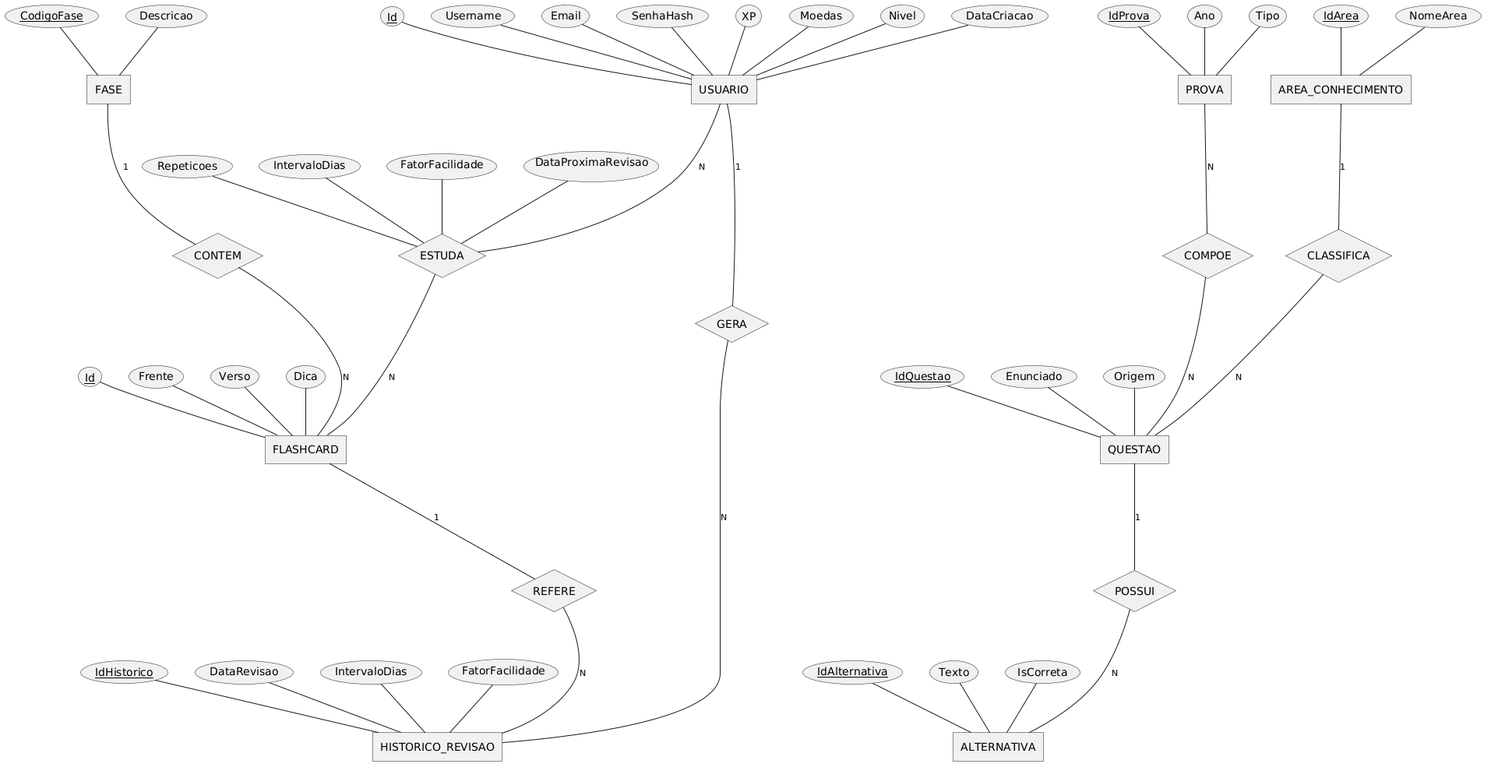
MayconDIS/PIM_IV keeps this PlantUML diagram as modelagem-uml/04_Banco_de_Dados/MER Nex_TI.png. Above is the earlier version. Its diagram source:
```plantuml
@startchen MER Nex_TI

entity USUARIO {
  Id <<key>>
  Username
  Email
  SenhaHash
  XP
  Moedas
  Nivel
  DataCriacao
}

entity FASE {
  CodigoFase <<key>>
  Descricao
}

entity FLASHCARD {
  Id <<key>>
  Frente
  Verso
  Dica
}

entity HISTORICO_REVISAO {
  IdHistorico <<key>>
  DataRevisao
  IntervaloDias
  FatorFacilidade
}

entity AREA_CONHECIMENTO {
  IdArea <<key>>
  NomeArea
}

entity QUESTAO {
  IdQuestao <<key>>
  Enunciado
  Origem
}

entity ALTERNATIVA {
  IdAlternativa <<key>>
  Texto
  IsCorreta
}

entity PROVA {
  IdProva <<key>>
  Ano
  Tipo
}

relationship CONTEM {
}
relationship ESTUDA {
  Repeticoes
  IntervaloDias
  FatorFacilidade
  DataProximaRevisao
}
relationship GERA {
}
relationship REFERE {
}
relationship CLASSIFICA {
}
relationship POSSUI {
}
relationship COMPOE {
}

FASE -1- CONTEM
CONTEM -N- FLASHCARD

USUARIO -N- ESTUDA
ESTUDA -N- FLASHCARD

USUARIO -1- GERA
GERA -N- HISTORICO_REVISAO
FLASHCARD -1- REFERE
REFERE -N- HISTORICO_REVISAO

AREA_CONHECIMENTO -1- CLASSIFICA
CLASSIFICA -N- QUESTAO

QUESTAO -1- POSSUI
POSSUI -N- ALTERNATIVA

PROVA -N- COMPOE
COMPOE -N- QUESTAO
@endchen
```
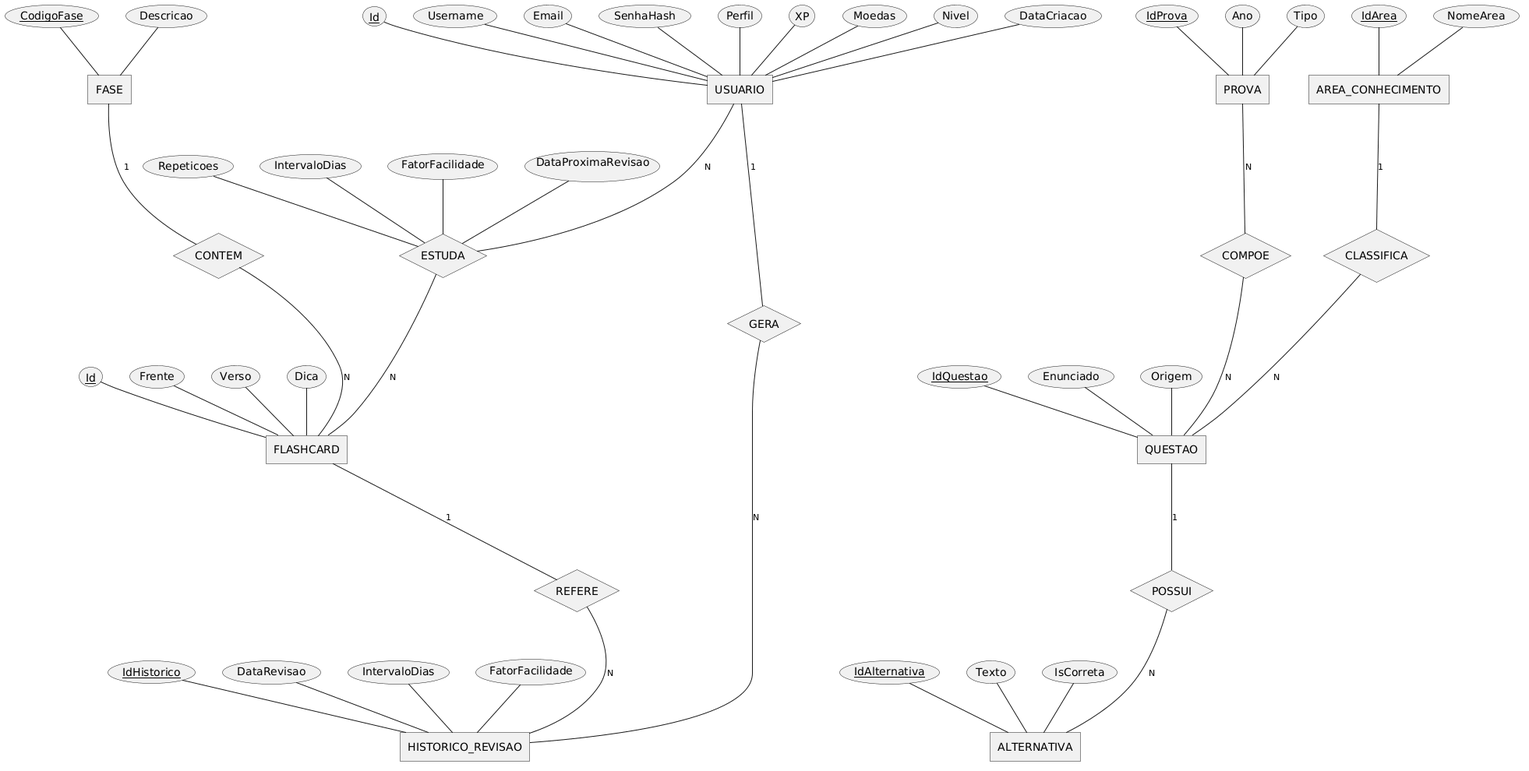
The same file after the commit.

Diff of the diagram source:
```diff
@@ -5,6 +5,7 @@
   Username
   Email
   SenhaHash
+  Perfil
   XP
   Moedas
   Nivel
```
